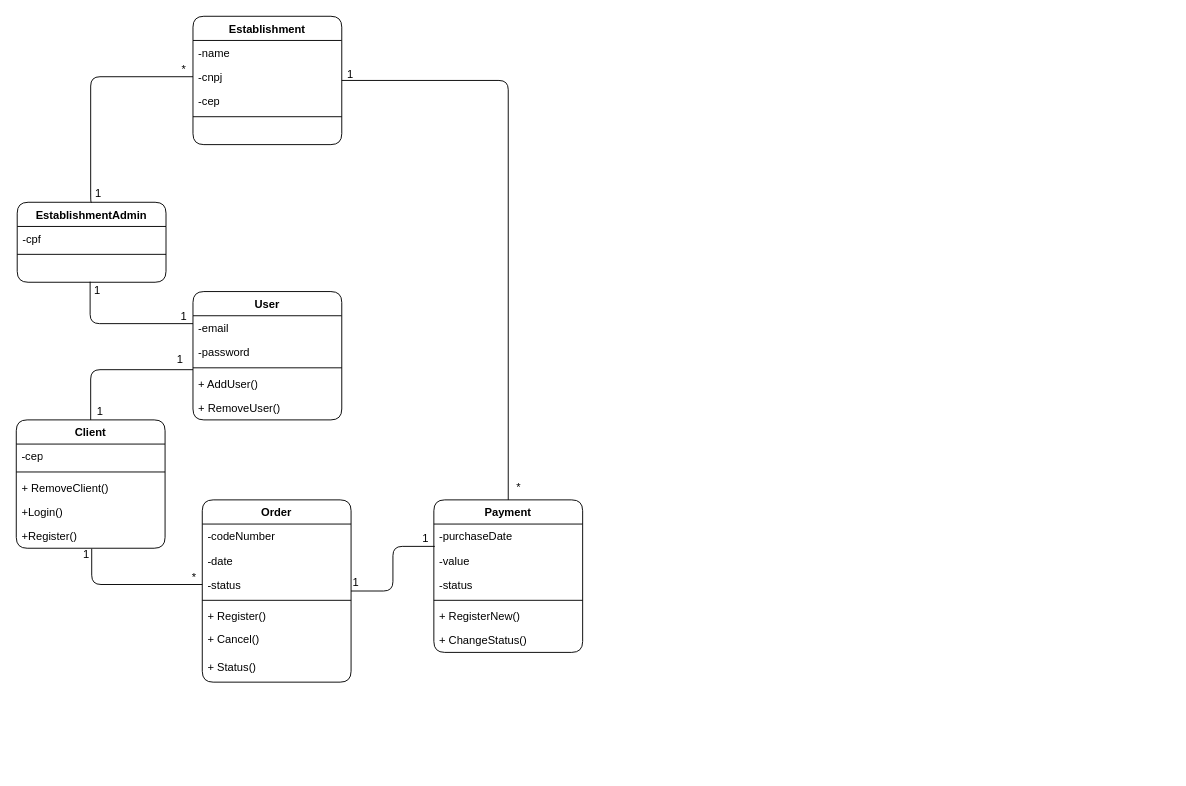
Before: page "UML - Classe" (2 of 3) of DevOps/Modelagem de Software.drawio in LucasBO7/senai-curso-repos-semestre-4, a draw.io diagram. Source tidied: cells renumbered, new cells numbered last; positions are measured from the earlier drawing's top-left corner, leaving out a move shared by most shapes. Both pictures are drawn from the tidied source at 93%, with x=0, y=0 at pixel (16, 16).
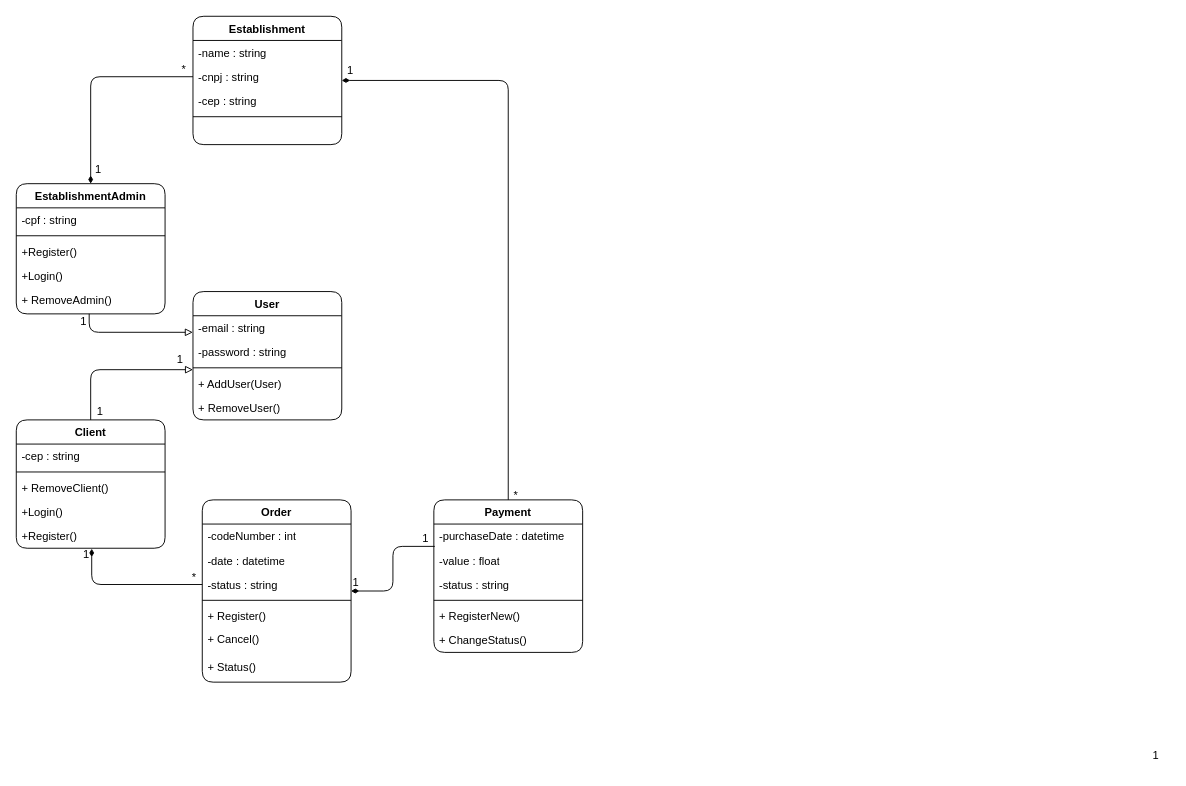
After the change.

The change refers to these unchanged cells:
```xml
<mxCell id="2" value="Order" style="swimlane;fontStyle=1;align=center;verticalAlign=top;horizontal=1;startSize=26;whiteSpace=wrap;html=1;rounded=1;" parent="1" vertex="1">
  <mxGeometry x="200" y="520" width="160" height="196" as="geometry" />
</mxCell>
<mxCell id="10" value="User" style="swimlane;fontStyle=1;align=center;verticalAlign=top;horizontal=1;startSize=26;whiteSpace=wrap;html=1;rounded=1;" parent="1" vertex="1">
  <mxGeometry x="190" y="296" width="160" height="138" as="geometry" />
</mxCell>
<mxCell id="13" style="line;strokeWidth=1;fillColor=none;align=left;verticalAlign=middle;spacingTop=-1;spacingLeft=3;spacingRight=3;labelPosition=right;points=[];portConstraint=eastwest;strokeColor=inherit;rounded=1;" parent="10" vertex="1">
  <mxGeometry y="78" width="160" height="8" as="geometry" />
</mxCell>
<mxCell id="19" value="Payment" style="swimlane;fontStyle=1;align=center;verticalAlign=top;horizontal=1;startSize=26;whiteSpace=wrap;html=1;rounded=1;" parent="1" vertex="1">
  <mxGeometry x="449" y="520" width="160" height="164" as="geometry" />
</mxCell>
<mxCell id="26" value="Client" style="swimlane;fontStyle=1;align=center;verticalAlign=top;horizontal=1;startSize=26;whiteSpace=wrap;html=1;rounded=1;" parent="1" vertex="1">
  <mxGeometry y="434" width="160" height="138" as="geometry" />
</mxCell>
<mxCell id="31" value="+Register()" style="text;strokeColor=none;fillColor=none;align=left;verticalAlign=top;spacingLeft=4;spacingRight=4;overflow=hidden;points=[[0,0.5],[1,0.5]];portConstraint=eastwest;whiteSpace=wrap;html=1;rounded=1;" parent="26" vertex="1">
  <mxGeometry y="112" width="160" height="26" as="geometry" />
</mxCell>
<mxCell id="40" value="Establishment" style="swimlane;fontStyle=1;align=center;verticalAlign=top;horizontal=1;startSize=26;whiteSpace=wrap;html=1;rounded=1;" parent="1" vertex="1">
  <mxGeometry x="190" width="160" height="138" as="geometry" />
</mxCell>
```

What changed in the source:
```diff
@@
-    <mxCell id="3" value="-codeNumber" style="text;strokeColor=none;fillColor=none;align=left;verticalAlign=top;spacingLeft=4;spacingRight=4;overflow=hidden;whiteSpace=wrap;html=1;rounded=1;" parent="2" vertex="1">
+    <mxCell id="3" value="-codeNumber : int" style="text;strokeColor=none;fillColor=none;align=left;verticalAlign=top;spacingLeft=4;spacingRight=4;overflow=hidden;whiteSpace=wrap;html=1;rounded=1;" parent="2" vertex="1">
       <mxGeometry y="26" width="160" height="26" as="geometry" />
     </mxCell>
-    <mxCell id="4" value="-date" style="text;strokeColor=none;fillColor=none;align=left;verticalAlign=top;spacingLeft=4;spacingRight=4;overflow=hidden;whiteSpace=wrap;html=1;rounded=1;" parent="2" vertex="1">
+    <mxCell id="4" value="-date : datetime" style="text;strokeColor=none;fillColor=none;align=left;verticalAlign=top;spacingLeft=4;spacingRight=4;overflow=hidden;whiteSpace=wrap;html=1;rounded=1;" parent="2" vertex="1">
       <mxGeometry y="52" width="160" height="26" as="geometry" />
     </mxCell>
-    <mxCell id="5" value="-status" style="text;strokeColor=none;fillColor=none;align=left;verticalAlign=top;spacingLeft=4;spacingRight=4;overflow=hidden;points=[[0,0.5],[1,0.5]];portConstraint=eastwest;whiteSpace=wrap;html=1;rounded=1;" parent="2" vertex="1">
+    <mxCell id="5" value="-status : string" style="text;strokeColor=none;fillColor=none;align=left;verticalAlign=top;spacingLeft=4;spacingRight=4;overflow=hidden;points=[[0,0.5],[1,0.5]];portConstraint=eastwest;whiteSpace=wrap;html=1;rounded=1;" parent="2" vertex="1">
       <mxGeometry y="78" width="160" height="26" as="geometry" />
     </mxCell>
@@
-    <mxCell id="11" value="-email" style="text;strokeColor=none;fillColor=none;align=left;verticalAlign=top;spacingLeft=4;spacingRight=4;overflow=hidden;points=[[0,0.5],[1,0.5]];portConstraint=eastwest;whiteSpace=wrap;html=1;rounded=1;" parent="10" vertex="1">
+    <mxCell id="11" value="-email : string" style="text;strokeColor=none;fillColor=none;align=left;verticalAlign=top;spacingLeft=4;spacingRight=4;overflow=hidden;points=[[0,0.5],[1,0.5]];portConstraint=eastwest;whiteSpace=wrap;html=1;rounded=1;" parent="10" vertex="1">
       <mxGeometry y="26" width="160" height="26" as="geometry" />
     </mxCell>
-    <mxCell id="12" value="-password" style="text;strokeColor=none;fillColor=none;align=left;verticalAlign=top;spacingLeft=4;spacingRight=4;overflow=hidden;whiteSpace=wrap;html=1;rounded=1;" parent="10" vertex="1">
+    <mxCell id="12" value="-password : string" style="text;strokeColor=none;fillColor=none;align=left;verticalAlign=top;spacingLeft=4;spacingRight=4;overflow=hidden;whiteSpace=wrap;html=1;rounded=1;" parent="10" vertex="1">
       <mxGeometry y="52" width="160" height="26" as="geometry" />
     </mxCell>
@@
-    <mxCell id="14" value="+ AddUser()" style="text;strokeColor=none;fillColor=none;align=left;verticalAlign=top;spacingLeft=4;spacingRight=4;overflow=hidden;whiteSpace=wrap;html=1;rounded=1;" parent="10" vertex="1">
+    <mxCell id="14" value="+ AddUser(User)" style="text;strokeColor=none;fillColor=none;align=left;verticalAlign=top;spacingLeft=4;spacingRight=4;overflow=hidden;whiteSpace=wrap;html=1;rounded=1;" parent="10" vertex="1">
       <mxGeometry y="86" width="160" height="26" as="geometry" />
     </mxCell>
@@
-    <mxCell id="16" style="edgeStyle=orthogonalEdgeStyle;rounded=1;jettySize=auto;html=1;entryX=0;entryY=0.5;entryDx=0;entryDy=0;endArrow=none;endFill=0;exitX=0.507;exitY=1.02;exitDx=0;exitDy=0;exitPerimeter=0;" parent="1" edge="1" source="31" target="5">
+    <mxCell id="16" style="edgeStyle=orthogonalEdgeStyle;rounded=1;jettySize=auto;html=1;entryX=0;entryY=0.5;entryDx=0;entryDy=0;endArrow=none;endFill=0;exitX=0.507;exitY=1.02;exitDx=0;exitDy=0;exitPerimeter=0;startArrow=diamondThin;startFill=1;" parent="1" edge="1" source="31" target="5">
       <mxGeometry relative="1" as="geometry">
         <Array as="points">
           <mxPoint x="81" y="611" />
         </Array>
       </mxGeometry>
     </mxCell>
@@
-    <mxCell id="20" value="-purchaseDate" style="text;strokeColor=none;fillColor=none;align=left;verticalAlign=top;spacingLeft=4;spacingRight=4;overflow=hidden;whiteSpace=wrap;html=1;rounded=1;" parent="19" vertex="1">
+    <mxCell id="20" value="-purchaseDate : datetime" style="text;strokeColor=none;fillColor=none;align=left;verticalAlign=top;spacingLeft=4;spacingRight=4;overflow=hidden;whiteSpace=wrap;html=1;rounded=1;" parent="19" vertex="1">
       <mxGeometry y="26" width="160" height="26" as="geometry" />
     </mxCell>
-    <mxCell id="21" value="-value" style="text;strokeColor=none;fillColor=none;align=left;verticalAlign=top;spacingLeft=4;spacingRight=4;overflow=hidden;whiteSpace=wrap;html=1;rounded=1;" parent="19" vertex="1">
+    <mxCell id="21" value="-value : float" style="text;strokeColor=none;fillColor=none;align=left;verticalAlign=top;spacingLeft=4;spacingRight=4;overflow=hidden;whiteSpace=wrap;html=1;rounded=1;" parent="19" vertex="1">
       <mxGeometry y="52" width="160" height="26" as="geometry" />
     </mxCell>
-    <mxCell id="22" value="-status" style="text;strokeColor=none;fillColor=none;align=left;verticalAlign=top;spacingLeft=4;spacingRight=4;overflow=hidden;whiteSpace=wrap;html=1;rounded=1;" parent="19" vertex="1">
+    <mxCell id="22" value="-status : string" style="text;strokeColor=none;fillColor=none;align=left;verticalAlign=top;spacingLeft=4;spacingRight=4;overflow=hidden;whiteSpace=wrap;html=1;rounded=1;" parent="19" vertex="1">
       <mxGeometry y="78" width="160" height="26" as="geometry" />
     </mxCell>
@@
-    <mxCell id="27" value="-cep" style="text;strokeColor=none;fillColor=none;align=left;verticalAlign=top;spacingLeft=4;spacingRight=4;overflow=hidden;whiteSpace=wrap;html=1;rounded=1;" parent="26" vertex="1">
+    <mxCell id="27" value="-cep : string" style="text;strokeColor=none;fillColor=none;align=left;verticalAlign=top;spacingLeft=4;spacingRight=4;overflow=hidden;whiteSpace=wrap;html=1;rounded=1;" parent="26" vertex="1">
       <mxGeometry y="26" width="160" height="26" as="geometry" />
     </mxCell>
@@
-    <mxCell id="32" style="edgeStyle=orthogonalEdgeStyle;rounded=1;jettySize=auto;html=1;entryX=0;entryY=0.75;entryDx=0;entryDy=0;entryPerimeter=0;exitX=0.5;exitY=0;exitDx=0;exitDy=0;endArrow=none;endFill=0;" parent="1" edge="1" source="26" target="13">
+    <mxCell id="32" style="edgeStyle=orthogonalEdgeStyle;rounded=1;jettySize=auto;html=1;entryX=0;entryY=0.75;entryDx=0;entryDy=0;entryPerimeter=0;exitX=0.5;exitY=0;exitDx=0;exitDy=0;endArrow=block;endFill=0;" parent="1" edge="1" source="26" target="13">
       <mxGeometry relative="1" as="geometry" />
     </mxCell>
@@
     <mxCell id="35" value="EstablishmentAdmin" style="swimlane;fontStyle=1;align=center;verticalAlign=top;horizontal=1;startSize=26;whiteSpace=wrap;html=1;rounded=1;" parent="1" vertex="1">
-      <mxGeometry x="1" y="200" width="160" height="86" as="geometry" />
+      <mxGeometry y="180" width="160" height="140" as="geometry" />
     </mxCell>
-    <mxCell id="36" value="-cpf" style="text;strokeColor=none;fillColor=none;align=left;verticalAlign=top;spacingLeft=4;spacingRight=4;overflow=hidden;whiteSpace=wrap;html=1;rounded=1;" parent="35" vertex="1">
+    <mxCell id="36" value="-cpf : string" style="text;strokeColor=none;fillColor=none;align=left;verticalAlign=top;spacingLeft=4;spacingRight=4;overflow=hidden;whiteSpace=wrap;html=1;rounded=1;" parent="35" vertex="1">
       <mxGeometry y="26" width="160" height="26" as="geometry" />
     </mxCell>
@@
+    <mxCell id="57" value="+Register()" style="text;strokeColor=none;fillColor=none;align=left;verticalAlign=top;spacingLeft=4;spacingRight=4;overflow=hidden;whiteSpace=wrap;html=1;rounded=1;" parent="35" vertex="1">
+      <mxGeometry y="60" width="160" height="26" as="geometry" />
+    </mxCell>
+    <mxCell id="58" value="+Login()" style="text;strokeColor=none;fillColor=none;align=left;verticalAlign=top;spacingLeft=4;spacingRight=4;overflow=hidden;whiteSpace=wrap;html=1;rounded=1;" parent="35" vertex="1">
+      <mxGeometry y="86" width="160" height="26" as="geometry" />
+    </mxCell>
+    <mxCell id="59" value="+ RemoveAdmin()" style="text;strokeColor=none;fillColor=none;align=left;verticalAlign=top;spacingLeft=4;spacingRight=4;overflow=hidden;whiteSpace=wrap;html=1;rounded=1;" parent="35" vertex="1">
+      <mxGeometry y="112" width="160" height="26" as="geometry" />
+    </mxCell>
     <mxCell id="38" value="&amp;nbsp; &amp;nbsp;&amp;nbsp;" style="text;strokeColor=none;fillColor=none;align=left;verticalAlign=top;spacingLeft=4;spacingRight=4;overflow=hidden;points=[[0,0.5],[1,0.5]];portConstraint=eastwest;whiteSpace=wrap;html=1;rounded=1;" parent="35" vertex="1">
-      <mxGeometry y="60" width="160" height="26" as="geometry" />
+      <mxGeometry y="138" width="160" height="2" as="geometry" />
     </mxCell>
-    <mxCell id="39" style="edgeStyle=orthogonalEdgeStyle;rounded=1;jettySize=auto;html=1;entryX=0.5;entryY=0;entryDx=0;entryDy=0;endArrow=none;endFill=0;" parent="1" edge="1" source="40" target="19">
+    <mxCell id="39" style="edgeStyle=orthogonalEdgeStyle;rounded=1;jettySize=auto;html=1;entryX=0.5;entryY=0;entryDx=0;entryDy=0;endArrow=none;endFill=0;startArrow=diamondThin;startFill=1;" parent="1" edge="1" source="40" target="19">
       <mxGeometry relative="1" as="geometry" />
     </mxCell>
@@
-    <mxCell id="41" value="-name" style="text;strokeColor=none;fillColor=none;align=left;verticalAlign=top;spacingLeft=4;spacingRight=4;overflow=hidden;whiteSpace=wrap;html=1;rounded=1;" parent="40" vertex="1">
+    <mxCell id="41" value="-name : string" style="text;strokeColor=none;fillColor=none;align=left;verticalAlign=top;spacingLeft=4;spacingRight=4;overflow=hidden;whiteSpace=wrap;html=1;rounded=1;" parent="40" vertex="1">
       <mxGeometry y="26" width="160" height="26" as="geometry" />
     </mxCell>
-    <mxCell id="42" value="-cnpj" style="text;strokeColor=none;fillColor=none;align=left;verticalAlign=top;spacingLeft=4;spacingRight=4;overflow=hidden;points=[[0,0.5],[1,0.5]];portConstraint=eastwest;whiteSpace=wrap;html=1;rounded=1;" parent="40" vertex="1">
+    <mxCell id="42" value="-cnpj : string" style="text;strokeColor=none;fillColor=none;align=left;verticalAlign=top;spacingLeft=4;spacingRight=4;overflow=hidden;points=[[0,0.5],[1,0.5]];portConstraint=eastwest;whiteSpace=wrap;html=1;rounded=1;" parent="40" vertex="1">
       <mxGeometry y="52" width="160" height="26" as="geometry" />
     </mxCell>
-    <mxCell id="43" value="-cep" style="text;strokeColor=none;fillColor=none;align=left;verticalAlign=top;spacingLeft=4;spacingRight=4;overflow=hidden;whiteSpace=wrap;html=1;rounded=1;" parent="40" vertex="1">
+    <mxCell id="43" value="-cep : string" style="text;strokeColor=none;fillColor=none;align=left;verticalAlign=top;spacingLeft=4;spacingRight=4;overflow=hidden;whiteSpace=wrap;html=1;rounded=1;" parent="40" vertex="1">
       <mxGeometry y="78" width="160" height="26" as="geometry" />
     </mxCell>
@@
-    <mxCell id="46" style="edgeStyle=orthogonalEdgeStyle;rounded=1;jettySize=auto;html=1;entryX=0;entryY=0.25;entryDx=0;entryDy=0;exitX=0.49;exitY=0.977;exitDx=0;exitDy=0;exitPerimeter=0;endArrow=none;endFill=0;" parent="1" edge="1" source="38" target="10">
-      <mxGeometry relative="1" as="geometry" />
+    <mxCell id="46" style="edgeStyle=orthogonalEdgeStyle;rounded=1;jettySize=auto;html=1;entryX=-0.001;entryY=0.685;entryDx=0;entryDy=0;exitX=0.49;exitY=0.977;exitDx=0;exitDy=0;exitPerimeter=0;endArrow=block;endFill=0;entryPerimeter=0;" parent="1" edge="1" source="38" target="11">
+      <mxGeometry relative="1" as="geometry">
+        <Array as="points">
+          <mxPoint x="78" y="340" />
+          <mxPoint x="190" y="340" />
+        </Array>
+      </mxGeometry>
     </mxCell>
     <mxCell id="47" value="1" style="text;html=1;align=center;verticalAlign=middle;strokeColor=none;fillColor=none;rounded=1;" parent="1" vertex="1">
-      <mxGeometry x="165" y="308" width="30" height="30" as="geometry" />
+      <mxGeometry x="1210" y="780" width="30" height="30" as="geometry" />
     </mxCell>
     <mxCell id="48" value="1" style="text;html=1;align=center;verticalAlign=middle;strokeColor=none;fillColor=none;rounded=1;" parent="1" vertex="1">
-      <mxGeometry x="72" y="280" width="30" height="30" as="geometry" />
+      <mxGeometry x="57" y="313" width="30" height="30" as="geometry" />
     </mxCell>
-    <mxCell id="49" style="edgeStyle=orthogonalEdgeStyle;rounded=1;jettySize=auto;html=1;entryX=0;entryY=0.5;entryDx=0;entryDy=0;exitX=0.5;exitY=0;exitDx=0;exitDy=0;endArrow=none;endFill=0;" parent="1" edge="1" source="35" target="42">
+    <mxCell id="49" style="edgeStyle=orthogonalEdgeStyle;rounded=1;jettySize=auto;html=1;entryX=0;entryY=0.5;entryDx=0;entryDy=0;exitX=0.5;exitY=0;exitDx=0;exitDy=0;endArrow=none;endFill=0;startArrow=diamondThin;startFill=1;" parent="1" edge="1" source="35" target="42">
       <mxGeometry relative="1" as="geometry">
         <Array as="points">
-          <mxPoint x="80" y="200" />
           <mxPoint x="80" y="65" />
         </Array>
       </mxGeometry>
     </mxCell>
     <mxCell id="50" value="1" style="text;html=1;align=center;verticalAlign=middle;strokeColor=none;fillColor=none;rounded=1;" parent="1" vertex="1">
-      <mxGeometry x="73" y="176" width="30" height="30" as="geometry" />
+      <mxGeometry x="73" y="150" width="30" height="30" as="geometry" />
     </mxCell>
@@
-    <mxCell id="52" style="edgeStyle=orthogonalEdgeStyle;rounded=1;jettySize=auto;html=1;endArrow=none;endFill=0;" parent="1" edge="1" source="2">
+    <mxCell id="52" style="edgeStyle=orthogonalEdgeStyle;rounded=1;jettySize=auto;html=1;endArrow=none;endFill=0;startArrow=diamondThin;startFill=1;" parent="1" edge="1" source="2">
       <mxGeometry relative="1" as="geometry">
         <mxPoint x="450" y="570" as="targetPoint" />
         <Array as="points">
           <mxPoint x="405" y="618" />
           <mxPoint x="405" y="570" />
           <mxPoint x="450" y="570" />
         </Array>
       </mxGeometry>
     </mxCell>
@@
     <mxCell id="55" value="*" style="text;html=1;align=center;verticalAlign=middle;strokeColor=none;fillColor=none;rounded=1;" parent="1" vertex="1">
-      <mxGeometry x="525" y="492" width="30" height="30" as="geometry" />
+      <mxGeometry x="522" y="501" width="30" height="30" as="geometry" />
     </mxCell>
     <mxCell id="56" value="1" style="text;html=1;align=center;verticalAlign=middle;strokeColor=none;fillColor=none;rounded=1;" parent="1" vertex="1">
-      <mxGeometry x="344" y="48" width="30" height="30" as="geometry" />
+      <mxGeometry x="344" y="44" width="30" height="30" as="geometry" />
     </mxCell>
```
